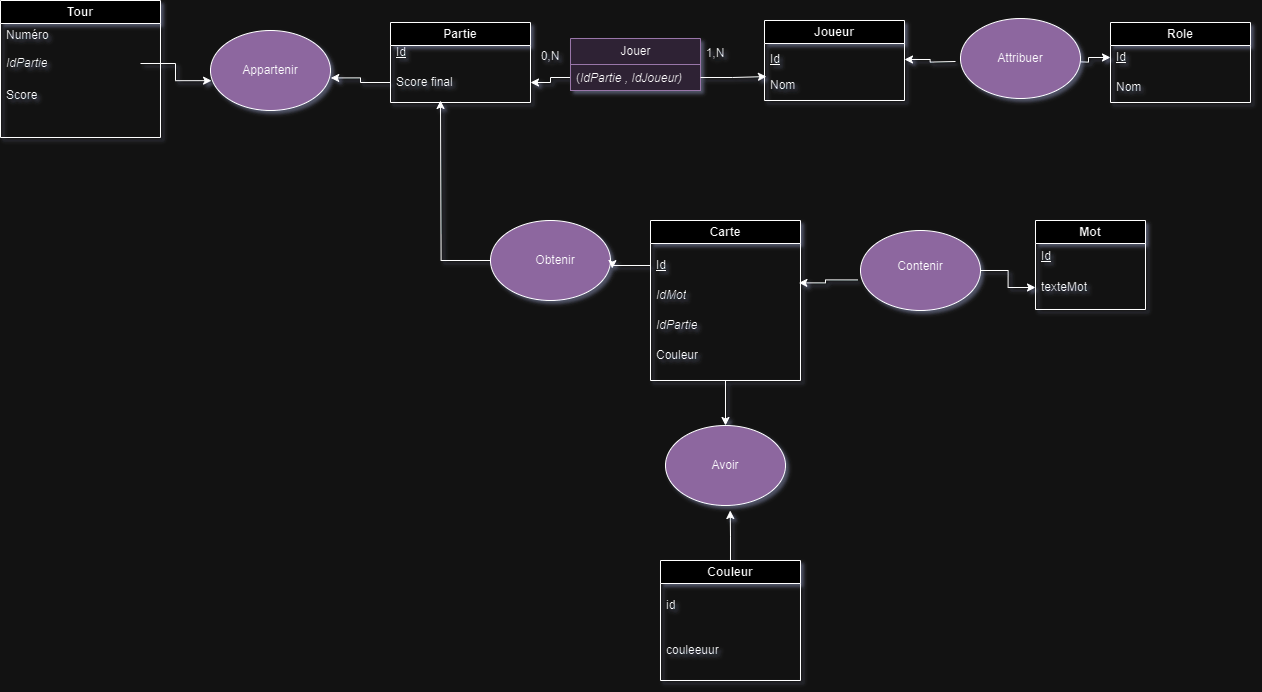
Before: Diagramme_Entités.drawio.png, a diagram exported from draw.io (Asuraa3/POLYNAMES). Source tidied: cells renumbered, new cells last; positions are measured from the earlier drawing's top-left corner, leaving out a move shared by most shapes.
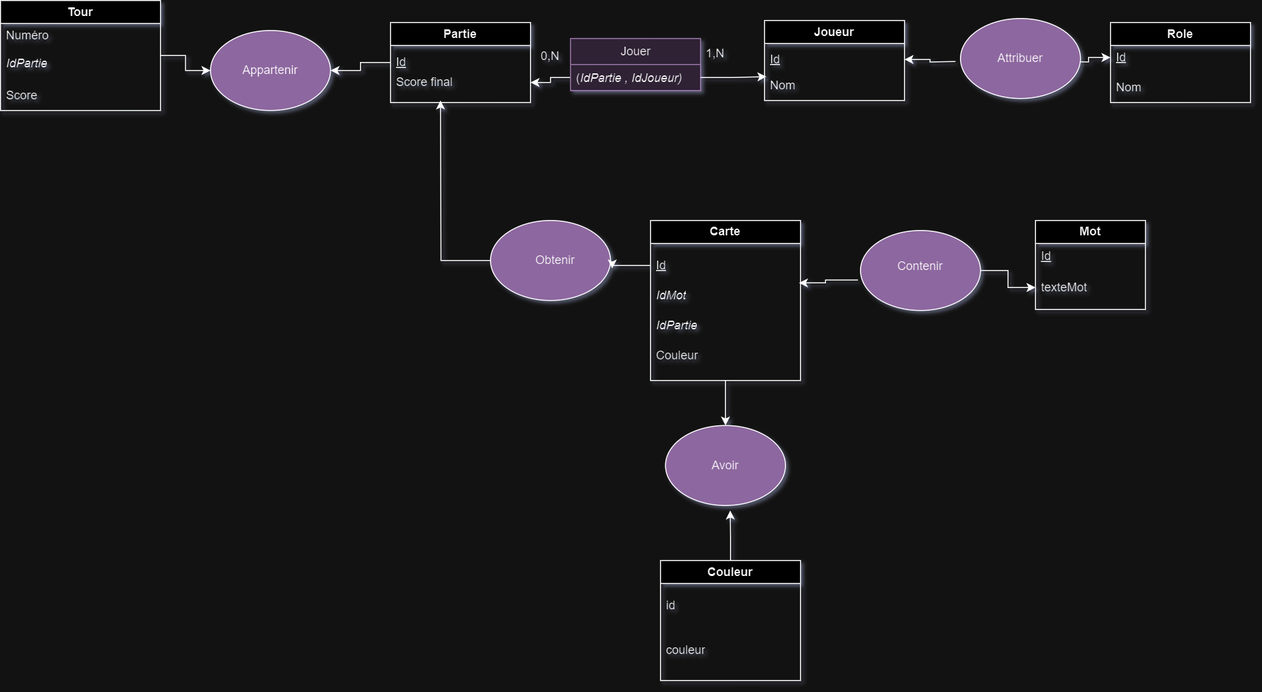
The same diagram one commit later.

Change to the diagram source:
```diff
@@ -18,7 +18,7 @@
       <mxGeometry y="40" width="140" height="40" as="geometry" />
     </mxCell>
     <mxCell id="7" value="&lt;u&gt;Id&lt;/u&gt;" style="text;strokeColor=none;fillColor=none;align=left;verticalAlign=middle;spacingLeft=4;spacingRight=4;overflow=hidden;points=[[0,0.5],[1,0.5]];portConstraint=eastwest;whiteSpace=wrap;html=1;" parent="5" vertex="1">
-      <mxGeometry y="15" width="140" height="30" as="geometry" />
+      <mxGeometry y="25" width="140" height="30" as="geometry" />
     </mxCell>
     <mxCell id="8" value="Mot" style="swimlane;whiteSpace=wrap;html=1;" parent="1" vertex="1">
       <mxGeometry x="1035" y="220" width="110" height="89" as="geometry" />
@@ -56,8 +56,11 @@
     <mxCell id="19" value="Couleur" style="text;strokeColor=none;fillColor=none;align=left;verticalAlign=middle;spacingLeft=4;spacingRight=4;overflow=hidden;whiteSpace=wrap;html=1;" parent="15" vertex="1">
       <mxGeometry y="120" width="140" height="30" as="geometry" />
     </mxCell>
+    <mxCell id="52" style="edgeStyle=orthogonalEdgeStyle;rounded=0;jettySize=auto;html=1;exitX=1;exitY=0.5;exitDx=0;exitDy=0;entryX=0;entryY=0.5;entryDx=0;entryDy=0;" parent="1" edge="1" source="20" target="40">
+      <mxGeometry relative="1" as="geometry" />
+    </mxCell>
     <mxCell id="20" value="Tour" style="swimlane;whiteSpace=wrap;html=1;" parent="1" vertex="1">
-      <mxGeometry width="160" height="137" as="geometry" />
+      <mxGeometry width="160" height="110" as="geometry" />
     </mxCell>
     <mxCell id="21" value="Numéro" style="text;strokeColor=none;fillColor=none;align=left;verticalAlign=middle;spacingLeft=4;spacingRight=4;overflow=hidden;whiteSpace=wrap;html=1;" parent="20" vertex="1">
       <mxGeometry y="20" width="140" height="30" as="geometry" />
@@ -128,12 +131,6 @@
     <mxCell id="41" value="Appartenir" style="text;strokeColor=none;align=center;fillColor=none;html=1;verticalAlign=middle;whiteSpace=wrap;rounded=0;" parent="1" vertex="1">
       <mxGeometry x="240" y="55" width="60" height="30" as="geometry" />
     </mxCell>
-    <mxCell id="42" style="edgeStyle=orthogonalEdgeStyle;rounded=0;jettySize=auto;html=1;exitX=1;exitY=0.5;exitDx=0;exitDy=0;entryX=0.009;entryY=0.627;entryDx=0;entryDy=0;entryPerimeter=0;" parent="1" edge="1" source="22" target="40">
-      <mxGeometry relative="1" as="geometry" />
-    </mxCell>
-    <mxCell id="43" style="edgeStyle=orthogonalEdgeStyle;rounded=0;jettySize=auto;html=1;exitX=0;exitY=0.5;exitDx=0;exitDy=0;entryX=1.002;entryY=0.593;entryDx=0;entryDy=0;entryPerimeter=0;" parent="1" edge="1" source="6" target="40">
-      <mxGeometry relative="1" as="geometry" />
-    </mxCell>
     <mxCell id="44" value="Obtenir" style="text;strokeColor=none;align=center;fillColor=none;html=1;verticalAlign=middle;whiteSpace=wrap;rounded=0;" parent="1" vertex="1">
       <mxGeometry x="525" y="245" width="60" height="30" as="geometry" />
     </mxCell>
@@ -151,7 +148,7 @@
     <mxCell id="48" value="id" style="text;strokeColor=none;fillColor=none;align=left;verticalAlign=middle;spacingLeft=4;spacingRight=4;overflow=hidden;whiteSpace=wrap;html=1;" parent="47" vertex="1">
       <mxGeometry y="30" width="140" height="30" as="geometry" />
     </mxCell>
-    <mxCell id="49" value="couleeuur&lt;div&gt;&lt;br&gt;&lt;/div&gt;" style="text;strokeColor=none;fillColor=none;align=left;verticalAlign=middle;spacingLeft=4;spacingRight=4;overflow=hidden;whiteSpace=wrap;html=1;" parent="47" vertex="1">
+    <mxCell id="49" value="couleur&lt;div&gt;&lt;br&gt;&lt;/div&gt;" style="text;strokeColor=none;fillColor=none;align=left;verticalAlign=middle;spacingLeft=4;spacingRight=4;overflow=hidden;whiteSpace=wrap;html=1;" parent="47" vertex="1">
       <mxGeometry y="80" width="140" height="30" as="geometry" />
     </mxCell>
     <mxCell id="50" style="ellipse;whiteSpace=wrap;html=1;fillColor=#A680B8;" parent="1" vertex="1">
@@ -160,5 +157,8 @@
     <mxCell id="51" value="Avoir" style="text;strokeColor=none;align=center;fillColor=none;html=1;verticalAlign=middle;whiteSpace=wrap;rounded=0;" parent="1" vertex="1">
       <mxGeometry x="695" y="450" width="60" height="30" as="geometry" />
     </mxCell>
+    <mxCell id="53" style="edgeStyle=orthogonalEdgeStyle;rounded=0;jettySize=auto;html=1;exitX=0;exitY=0.5;exitDx=0;exitDy=0;entryX=1;entryY=0.5;entryDx=0;entryDy=0;" parent="1" edge="1" source="7" target="40">
+      <mxGeometry relative="1" as="geometry" />
+    </mxCell>
   </root>
 </mxGraphModel>
```
